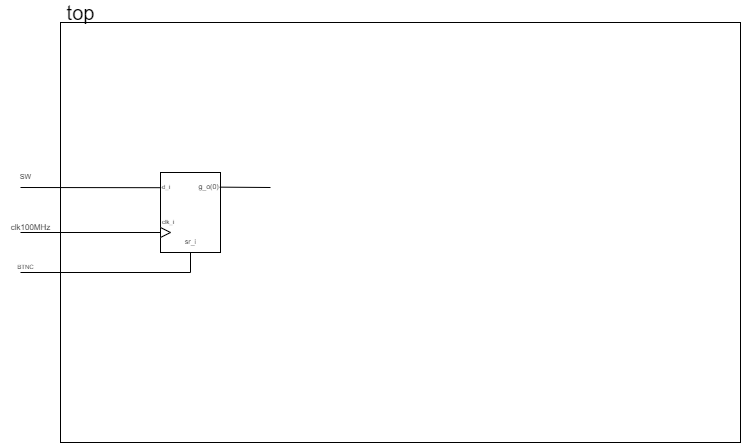
Marxs31/digital-electronics-1 keeps this draw.io diagram as labs/05-ffs/images/top.png. Above is the earlier version. Source tidied: cells renumbered, new cells last; positions are measured from the earlier drawing's top-left corner, leaving out a move shared by most shapes.
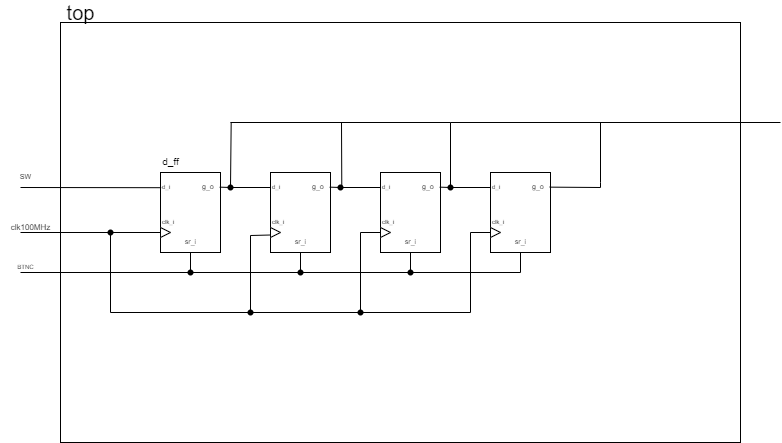
After the change.

Diff of the diagram source:
```diff
@@ -16,7 +16,7 @@
         <mxPoint x="20" y="185" as="sourcePoint" />
       </mxGeometry>
     </mxCell>
-    <mxCell id="6" style="endArrow=none;html=1;rounded=0;exitX=0.987;exitY=0.183;exitDx=0;exitDy=0;exitPerimeter=0;" parent="1" edge="1" source="3">
+    <mxCell id="6" style="endArrow=none;html=1;rounded=0;exitDx=0;exitDy=0;exitPerimeter=0;startArrow=none;" parent="1" edge="1" source="61">
       <mxGeometry relative="1" as="geometry">
         <mxPoint x="270" y="185" as="targetPoint" />
       </mxGeometry>
@@ -38,9 +38,8 @@
     <mxCell id="11" value="&amp;nbsp; &amp;nbsp;clk_i" style="text;html=1;align=center;verticalAlign=middle;strokeColor=none;fillColor=none;fontSize=6;" parent="1" vertex="1">
       <mxGeometry x="150" y="215" width="30" height="10" as="geometry" />
     </mxCell>
-    <mxCell id="12" style="endArrow=none;html=1;rounded=0;fontSize=6;entryX=0.5;entryY=1;entryDx=0;entryDy=0;" parent="1" edge="1" target="3">
+    <mxCell id="12" style="endArrow=none;html=1;rounded=0;fontSize=6;entryX=0.5;entryY=1;entryDx=0;entryDy=0;startArrow=none;" parent="1" edge="1" source="46" target="3">
       <mxGeometry relative="1" as="geometry">
-        <mxPoint x="20" y="270" as="sourcePoint" />
         <Array as="points">
           <mxPoint x="190" y="270" />
         </Array>
@@ -52,11 +51,223 @@
     <mxCell id="14" value="sr_i" style="text;html=1;align=center;verticalAlign=middle;strokeColor=none;fillColor=none;fontSize=7;" parent="1" vertex="1">
       <mxGeometry x="175" y="235" width="30" height="10" as="geometry" />
     </mxCell>
-    <mxCell id="15" value="g_o(0)&amp;nbsp;&amp;nbsp;" style="text;html=1;align=center;verticalAlign=middle;strokeColor=none;fillColor=none;fontSize=7;" parent="1" vertex="1">
-      <mxGeometry x="190" y="180" width="40" height="10" as="geometry" />
+    <mxCell id="15" value="g_o&amp;nbsp;&amp;nbsp;" style="text;html=1;align=left;verticalAlign=middle;strokeColor=none;fillColor=none;fontSize=7;" parent="1" vertex="1">
+      <mxGeometry x="200" y="180" width="30" height="10" as="geometry" />
     </mxCell>
     <mxCell id="16" value="&lt;font style=&quot;font-size: 20px&quot;&gt;top&lt;/font&gt;" style="text;html=1;align=center;verticalAlign=middle;strokeColor=none;fillColor=none;fontSize=7;" parent="1" vertex="1">
       <mxGeometry x="60" width="40" height="20" as="geometry" />
     </mxCell>
+    <mxCell id="17" value="&lt;font style=&quot;font-size: 10px&quot;&gt;d_ff&lt;/font&gt;" style="text;html=1;align=center;verticalAlign=middle;strokeColor=none;fillColor=none;fontSize=20;" parent="1" vertex="1">
+      <mxGeometry x="155" y="140" width="30" height="30" as="geometry" />
+    </mxCell>
+    <mxCell id="18" style="rounded=0;whiteSpace=wrap;html=1;" parent="1" vertex="1">
+      <mxGeometry x="270" y="170" width="60" height="80" as="geometry" />
+    </mxCell>
+    <mxCell id="19" style="triangle;whiteSpace=wrap;html=1;" parent="1" vertex="1">
+      <mxGeometry x="270" y="225" width="10" height="10" as="geometry" />
+    </mxCell>
+    <mxCell id="20" style="endArrow=none;html=1;rounded=0;exitDx=0;exitDy=0;exitPerimeter=0;startArrow=none;" parent="1" edge="1" source="59">
+      <mxGeometry relative="1" as="geometry">
+        <mxPoint x="380" y="185" as="targetPoint" />
+      </mxGeometry>
+    </mxCell>
+    <mxCell id="21" value="&lt;font style=&quot;font-size: 6px&quot;&gt;d_i&lt;/font&gt;" style="text;html=1;align=left;verticalAlign=middle;strokeColor=none;fillColor=none;fontSize=6;" parent="1" vertex="1">
+      <mxGeometry x="270" y="180" width="20" height="10" as="geometry" />
+    </mxCell>
+    <mxCell id="22" value="&amp;nbsp; &amp;nbsp;clk_i" style="text;html=1;align=center;verticalAlign=middle;strokeColor=none;fillColor=none;fontSize=6;" parent="1" vertex="1">
+      <mxGeometry x="260" y="215" width="30" height="10" as="geometry" />
+    </mxCell>
+    <mxCell id="23" value="sr_i" style="text;html=1;align=center;verticalAlign=middle;strokeColor=none;fillColor=none;fontSize=7;" parent="1" vertex="1">
+      <mxGeometry x="285" y="235" width="30" height="10" as="geometry" />
+    </mxCell>
+    <mxCell id="24" value="g_o&amp;nbsp;&amp;nbsp;" style="text;html=1;align=left;verticalAlign=middle;points=[];strokeColor=none;fillColor=none;fontSize=7;" parent="1" vertex="1">
+      <mxGeometry x="310" y="180" width="30" height="10" as="geometry" />
+    </mxCell>
+    <mxCell id="25" style="rounded=0;whiteSpace=wrap;html=1;" parent="1" vertex="1">
+      <mxGeometry x="380" y="170" width="60" height="80" as="geometry" />
+    </mxCell>
+    <mxCell id="26" style="triangle;whiteSpace=wrap;html=1;" parent="1" vertex="1">
+      <mxGeometry x="380" y="225" width="10" height="10" as="geometry" />
+    </mxCell>
+    <mxCell id="27" style="endArrow=none;html=1;rounded=0;exitDx=0;exitDy=0;exitPerimeter=0;startArrow=none;" parent="1" edge="1" source="63">
+      <mxGeometry relative="1" as="geometry">
+        <mxPoint x="490" y="185" as="targetPoint" />
+      </mxGeometry>
+    </mxCell>
+    <mxCell id="28" value="&lt;font style=&quot;font-size: 6px&quot;&gt;d_i&lt;/font&gt;" style="text;html=1;align=left;verticalAlign=middle;strokeColor=none;fillColor=none;fontSize=6;" parent="1" vertex="1">
+      <mxGeometry x="380" y="180" width="20" height="10" as="geometry" />
+    </mxCell>
+    <mxCell id="29" value="&amp;nbsp; &amp;nbsp;clk_i" style="text;html=1;align=center;verticalAlign=middle;strokeColor=none;fillColor=none;fontSize=6;" parent="1" vertex="1">
+      <mxGeometry x="370" y="215" width="30" height="10" as="geometry" />
+    </mxCell>
+    <mxCell id="30" value="sr_i" style="text;html=1;align=center;verticalAlign=middle;strokeColor=none;fillColor=none;fontSize=7;" parent="1" vertex="1">
+      <mxGeometry x="395" y="235" width="30" height="10" as="geometry" />
+    </mxCell>
+    <mxCell id="31" value="g_o&amp;nbsp;&amp;nbsp;" style="text;html=1;align=left;verticalAlign=middle;strokeColor=none;fillColor=none;fontSize=7;" parent="1" vertex="1">
+      <mxGeometry x="420" y="180" width="30" height="10" as="geometry" />
+    </mxCell>
+    <mxCell id="32" style="rounded=0;whiteSpace=wrap;html=1;" parent="1" vertex="1">
+      <mxGeometry x="490" y="170" width="60" height="80" as="geometry" />
+    </mxCell>
+    <mxCell id="33" style="triangle;whiteSpace=wrap;html=1;" parent="1" vertex="1">
+      <mxGeometry x="490" y="225" width="10" height="10" as="geometry" />
+    </mxCell>
+    <mxCell id="34" style="endArrow=none;html=1;rounded=0;exitDx=0;exitDy=0;exitPerimeter=0;startArrow=none;" parent="1" edge="1">
+      <mxGeometry relative="1" as="geometry">
+        <mxPoint x="600" y="185" as="sourcePoint" />
+        <mxPoint x="600" y="185" as="targetPoint" />
+      </mxGeometry>
+    </mxCell>
+    <mxCell id="35" value="&lt;font style=&quot;font-size: 6px&quot;&gt;d_i&lt;/font&gt;" style="text;html=1;align=left;verticalAlign=middle;strokeColor=none;fillColor=none;fontSize=6;" parent="1" vertex="1">
+      <mxGeometry x="490" y="180" width="20" height="10" as="geometry" />
+    </mxCell>
+    <mxCell id="36" value="&amp;nbsp; &amp;nbsp;clk_i" style="text;html=1;align=center;verticalAlign=middle;strokeColor=none;fillColor=none;fontSize=6;" parent="1" vertex="1">
+      <mxGeometry x="480" y="215" width="30" height="10" as="geometry" />
+    </mxCell>
+    <mxCell id="37" value="sr_i" style="text;html=1;align=center;verticalAlign=middle;strokeColor=none;fillColor=none;fontSize=7;" parent="1" vertex="1">
+      <mxGeometry x="505" y="235" width="30" height="10" as="geometry" />
+    </mxCell>
+    <mxCell id="38" value="g_o&amp;nbsp;&amp;nbsp;" style="text;html=1;align=left;verticalAlign=middle;strokeColor=none;fillColor=none;fontSize=7;" parent="1" vertex="1">
+      <mxGeometry x="530" y="180" width="30" height="10" as="geometry" />
+    </mxCell>
+    <mxCell id="39" style="endArrow=none;html=1;rounded=0;fontSize=10;exitX=0;exitY=0.75;exitDx=0;exitDy=0;" parent="1" edge="1" source="19">
+      <mxGeometry relative="1" as="geometry">
+        <mxPoint x="110" y="230" as="targetPoint" />
+        <Array as="points">
+          <mxPoint x="250" y="233" />
+          <mxPoint x="250" y="310" />
+          <mxPoint x="110" y="310" />
+        </Array>
+      </mxGeometry>
+    </mxCell>
+    <mxCell id="40" style="endArrow=none;html=1;rounded=0;fontSize=10;entryX=0;entryY=0.5;entryDx=0;entryDy=0;" parent="1" edge="1" target="26">
+      <mxGeometry relative="1" as="geometry">
+        <mxPoint x="250" y="310" as="sourcePoint" />
+        <Array as="points">
+          <mxPoint x="360" y="310" />
+          <mxPoint x="360" y="230" />
+        </Array>
+      </mxGeometry>
+    </mxCell>
+    <mxCell id="41" style="endArrow=none;html=1;rounded=0;fontSize=10;entryX=0;entryY=0.5;entryDx=0;entryDy=0;" parent="1" edge="1" target="33">
+      <mxGeometry relative="1" as="geometry">
+        <mxPoint x="360" y="310" as="sourcePoint" />
+        <Array as="points">
+          <mxPoint x="470" y="310" />
+          <mxPoint x="470" y="230" />
+        </Array>
+      </mxGeometry>
+    </mxCell>
+    <mxCell id="42" style="endArrow=none;html=1;rounded=0;fontSize=10;entryX=0.5;entryY=1;entryDx=0;entryDy=0;startArrow=none;" parent="1" edge="1" source="48" target="18">
+      <mxGeometry relative="1" as="geometry">
+        <Array as="points">
+          <mxPoint x="300" y="270" />
+        </Array>
+      </mxGeometry>
+    </mxCell>
+    <mxCell id="43" style="endArrow=none;html=1;rounded=0;fontSize=10;entryX=0.5;entryY=1;entryDx=0;entryDy=0;" parent="1" edge="1" target="25">
+      <mxGeometry relative="1" as="geometry">
+        <mxPoint x="300" y="270" as="sourcePoint" />
+        <Array as="points">
+          <mxPoint x="410" y="270" />
+        </Array>
+      </mxGeometry>
+    </mxCell>
+    <mxCell id="44" style="endArrow=none;html=1;rounded=0;fontSize=10;entryX=0.5;entryY=1;entryDx=0;entryDy=0;" parent="1" edge="1" target="32">
+      <mxGeometry relative="1" as="geometry">
+        <mxPoint x="410" y="270" as="sourcePoint" />
+        <Array as="points">
+          <mxPoint x="520" y="270" />
+        </Array>
+      </mxGeometry>
+    </mxCell>
+    <mxCell id="45" style="shape=waypoint;sketch=0;fillStyle=solid;size=6;fillColor=none;perimeter=centerPerimeter;fontSize=10;" parent="1" vertex="1">
+      <mxGeometry x="90" y="210" width="40" height="40" as="geometry" />
+    </mxCell>
+    <mxCell id="46" style="shape=waypoint;sketch=0;fillStyle=solid;size=6;points=[];fillColor=none;perimeter=centerPerimeter;snapToPoint=1;fontSize=10;" parent="1" vertex="1">
+      <mxGeometry x="170" y="250" width="40" height="40" as="geometry" />
+    </mxCell>
+    <mxCell id="47" style="endArrow=none;html=1;rounded=0;fontSize=6;entryDx=0;entryDy=0;" parent="1" edge="1" target="46">
+      <mxGeometry relative="1" as="geometry">
+        <mxPoint x="20" y="270" as="sourcePoint" />
+      </mxGeometry>
+    </mxCell>
+    <mxCell id="48" style="shape=waypoint;sketch=0;fillStyle=solid;size=6;points=[];fillColor=none;perimeter=centerPerimeter;snapToPoint=1;fontSize=10;" parent="1" vertex="1">
+      <mxGeometry x="280" y="250" width="40" height="40" as="geometry" />
+    </mxCell>
+    <mxCell id="49" style="endArrow=none;html=1;rounded=0;fontSize=10;entryDx=0;entryDy=0;" parent="1" edge="1" target="48">
+      <mxGeometry relative="1" as="geometry">
+        <mxPoint x="190" y="270" as="sourcePoint" />
+      </mxGeometry>
+    </mxCell>
+    <mxCell id="50" style="shape=waypoint;sketch=0;fillStyle=solid;size=6;fillColor=none;perimeter=centerPerimeter;fontSize=10;" parent="1" vertex="1">
+      <mxGeometry x="390" y="250" width="40" height="40" as="geometry" />
+    </mxCell>
+    <mxCell id="51" style="shape=waypoint;sketch=0;fillStyle=solid;size=6;fillColor=none;perimeter=centerPerimeter;fontSize=10;" parent="1" vertex="1">
+      <mxGeometry x="230" y="290" width="40" height="40" as="geometry" />
+    </mxCell>
+    <mxCell id="52" style="shape=waypoint;sketch=0;fillStyle=solid;size=6;fillColor=none;perimeter=centerPerimeter;fontSize=10;" parent="1" vertex="1">
+      <mxGeometry x="340" y="290" width="40" height="40" as="geometry" />
+    </mxCell>
+    <mxCell id="53" style="endArrow=none;html=1;rounded=0;fontSize=10;entryX=0.251;entryY=0.238;entryDx=0;entryDy=0;entryPerimeter=0;" parent="1" edge="1" target="2">
+      <mxGeometry relative="1" as="geometry">
+        <mxPoint x="230" y="185" as="sourcePoint" />
+      </mxGeometry>
+    </mxCell>
+    <mxCell id="54" style="endArrow=none;html=1;rounded=0;fontSize=10;" parent="1" edge="1">
+      <mxGeometry relative="1" as="geometry">
+        <mxPoint x="450" y="185" as="sourcePoint" />
+        <mxPoint x="340" y="120" as="targetPoint" />
+        <Array as="points">
+          <mxPoint x="450" y="120" />
+        </Array>
+      </mxGeometry>
+    </mxCell>
+    <mxCell id="55" style="endArrow=none;html=1;rounded=0;fontSize=10;exitX=1.043;exitY=0.5;exitDx=0;exitDy=0;exitPerimeter=0;" parent="1" edge="1" source="24">
+      <mxGeometry relative="1" as="geometry">
+        <mxPoint x="230" y="120" as="targetPoint" />
+        <Array as="points">
+          <mxPoint x="341" y="120" />
+        </Array>
+      </mxGeometry>
+    </mxCell>
+    <mxCell id="56" style="endArrow=none;html=1;rounded=0;fontSize=10;" parent="1" edge="1">
+      <mxGeometry relative="1" as="geometry">
+        <mxPoint x="450" y="120" as="sourcePoint" />
+        <mxPoint x="780" y="120" as="targetPoint" />
+      </mxGeometry>
+    </mxCell>
+    <mxCell id="57" style="endArrow=none;html=1;rounded=0;fontSize=10;" parent="1" edge="1">
+      <mxGeometry relative="1" as="geometry">
+        <mxPoint x="600" y="180" as="sourcePoint" />
+        <mxPoint x="600" y="120" as="targetPoint" />
+      </mxGeometry>
+    </mxCell>
+    <mxCell id="58" style="endArrow=none;html=1;rounded=0;exitX=0.987;exitY=0.183;exitDx=0;exitDy=0;exitPerimeter=0;" parent="1" edge="1" source="32">
+      <mxGeometry relative="1" as="geometry">
+        <mxPoint x="600" y="180" as="targetPoint" />
+        <Array as="points">
+          <mxPoint x="600" y="185" />
+        </Array>
+      </mxGeometry>
+    </mxCell>
+    <mxCell id="59" style="shape=waypoint;sketch=0;fillStyle=solid;size=6;points=[];fillColor=none;perimeter=centerPerimeter;snapToPoint=1;fontSize=10;" parent="1" vertex="1">
+      <mxGeometry x="320" y="165" width="40" height="40" as="geometry" />
+    </mxCell>
+    <mxCell id="60" style="endArrow=none;html=1;rounded=0;exitX=0.987;exitY=0.183;exitDx=0;exitDy=0;exitPerimeter=0;" parent="1" edge="1" source="18" target="59">
+      <mxGeometry relative="1" as="geometry" />
+    </mxCell>
+    <mxCell id="61" style="shape=waypoint;sketch=0;fillStyle=solid;size=6;points=[];fillColor=none;perimeter=centerPerimeter;snapToPoint=1;fontSize=10;" parent="1" vertex="1">
+      <mxGeometry x="210" y="165" width="40" height="40" as="geometry" />
+    </mxCell>
+    <mxCell id="62" style="endArrow=none;html=1;rounded=0;exitX=0.987;exitY=0.183;exitDx=0;exitDy=0;exitPerimeter=0;" parent="1" edge="1" source="3" target="61">
+      <mxGeometry relative="1" as="geometry" />
+    </mxCell>
+    <mxCell id="63" style="shape=waypoint;sketch=0;fillStyle=solid;size=6;points=[];fillColor=none;perimeter=centerPerimeter;snapToPoint=1;fontSize=10;" parent="1" vertex="1">
+      <mxGeometry x="430" y="165" width="40" height="40" as="geometry" />
+    </mxCell>
+    <mxCell id="64" style="endArrow=none;html=1;rounded=0;exitX=0.987;exitY=0.183;exitDx=0;exitDy=0;exitPerimeter=0;" parent="1" edge="1" source="25" target="63">
+      <mxGeometry relative="1" as="geometry" />
+    </mxCell>
   </root>
 </mxGraphModel>
```
